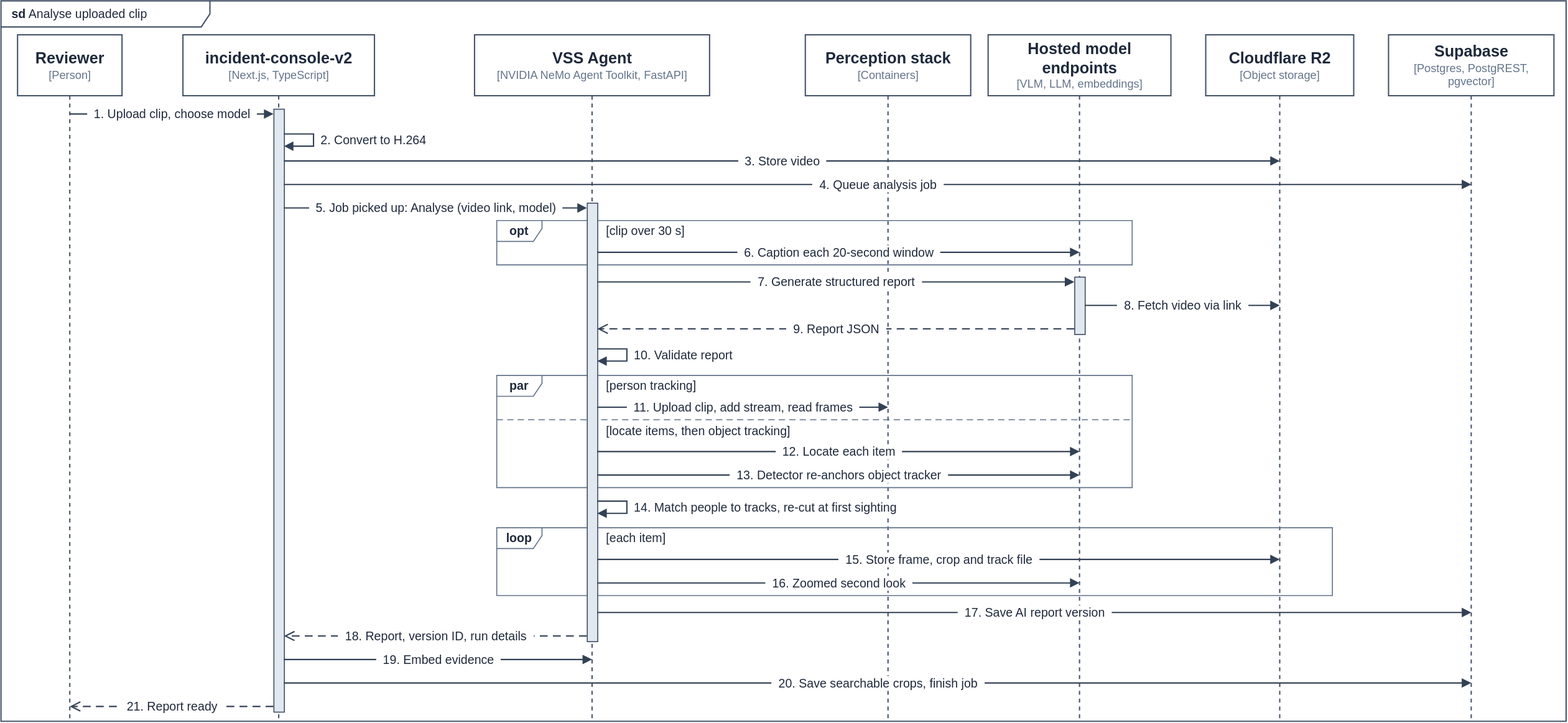
Before: deploy/docker/developer-profiles/dev-profile-incident/.docs/figures/figure-4-analysis.drawio.svg, a diagram exported from draw.io (Danwidj/video-search-and-summarization). Source tidied: cells renumbered, new cells last; positions are measured from the earlier drawing's top-left corner, leaving out a move shared by most shapes.
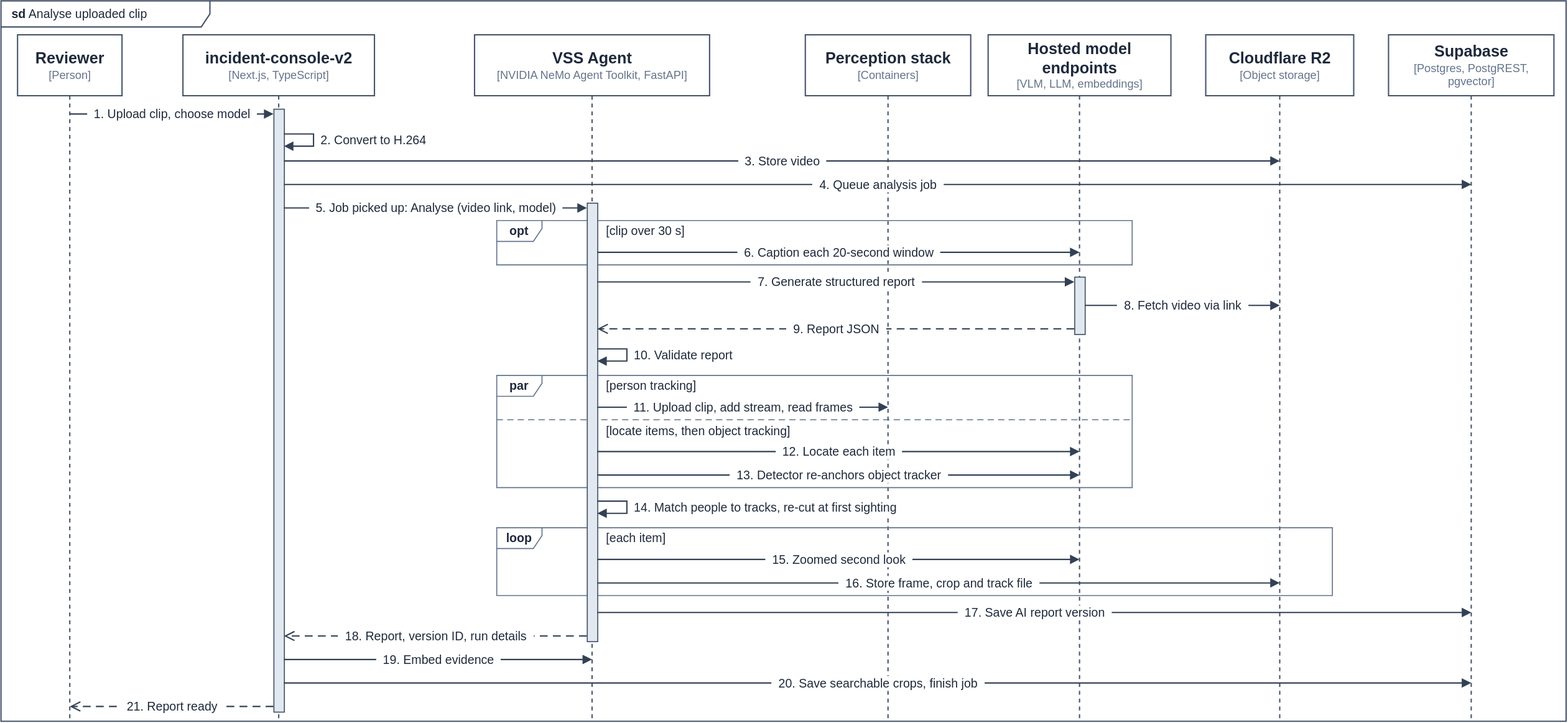
After the change.

What changed in the source:
```diff
@@ -170,16 +170,16 @@
     <mxCell id="38" value="14. Match people to tracks, re-cut at first sighting" style="text;html=1;align=left;verticalAlign=middle;whiteSpace=nowrap;fontSize=14;fontColor=#1E293B;labelBackgroundColor=#FFFFFF;fontFamily=Helvetica;" parent="1" vertex="1">
       <mxGeometry x="726" y="572" width="430" height="22" as="geometry" />
     </mxCell>
-    <mxCell id="39" value="&amp;nbsp;&amp;nbsp;15. Store frame, crop and track file&amp;nbsp;&amp;nbsp;" style="html=1;rounded=0;strokeColor=#334155;strokeWidth=1.5;fontSize=14;fontColor=#1E293B;verticalAlign=middle;labelBackgroundColor=#FFFFFF;fontFamily=Helvetica;endArrow=block;endFill=1;endSize=7;" parent="1" edge="1">
+    <mxCell id="39" value="&amp;nbsp;&amp;nbsp;15. Zoomed second look&amp;nbsp;&amp;nbsp;" style="html=1;rounded=0;strokeColor=#334155;strokeWidth=1.5;fontSize=14;fontColor=#1E293B;verticalAlign=middle;labelBackgroundColor=#FFFFFF;fontFamily=Helvetica;endArrow=block;endFill=1;endSize=7;" parent="1" edge="1">
       <mxGeometry relative="1" as="geometry">
         <mxPoint x="686" y="643" as="sourcePoint" />
-        <mxPoint x="1470" y="643" as="targetPoint" />
+        <mxPoint x="1240" y="643" as="targetPoint" />
       </mxGeometry>
     </mxCell>
-    <mxCell id="40" value="&amp;nbsp;&amp;nbsp;16. Zoomed second look&amp;nbsp;&amp;nbsp;" style="html=1;rounded=0;strokeColor=#334155;strokeWidth=1.5;fontSize=14;fontColor=#1E293B;verticalAlign=middle;labelBackgroundColor=#FFFFFF;fontFamily=Helvetica;endArrow=block;endFill=1;endSize=7;" parent="1" edge="1">
+    <mxCell id="40" value="&amp;nbsp;&amp;nbsp;16. Store frame, crop and track file&amp;nbsp;&amp;nbsp;" style="html=1;rounded=0;strokeColor=#334155;strokeWidth=1.5;fontSize=14;fontColor=#1E293B;verticalAlign=middle;labelBackgroundColor=#FFFFFF;fontFamily=Helvetica;endArrow=block;endFill=1;endSize=7;" parent="1" edge="1">
       <mxGeometry relative="1" as="geometry">
         <mxPoint x="686" y="670" as="sourcePoint" />
-        <mxPoint x="1240" y="670" as="targetPoint" />
+        <mxPoint x="1470" y="670" as="targetPoint" />
       </mxGeometry>
     </mxCell>
     <mxCell id="41" value="&amp;nbsp;&amp;nbsp;17. Save AI report version&amp;nbsp;&amp;nbsp;" style="html=1;rounded=0;strokeColor=#334155;strokeWidth=1.5;fontSize=14;fontColor=#1E293B;verticalAlign=middle;labelBackgroundColor=#FFFFFF;fontFamily=Helvetica;endArrow=block;endFill=1;endSize=7;" parent="1" edge="1">
```
